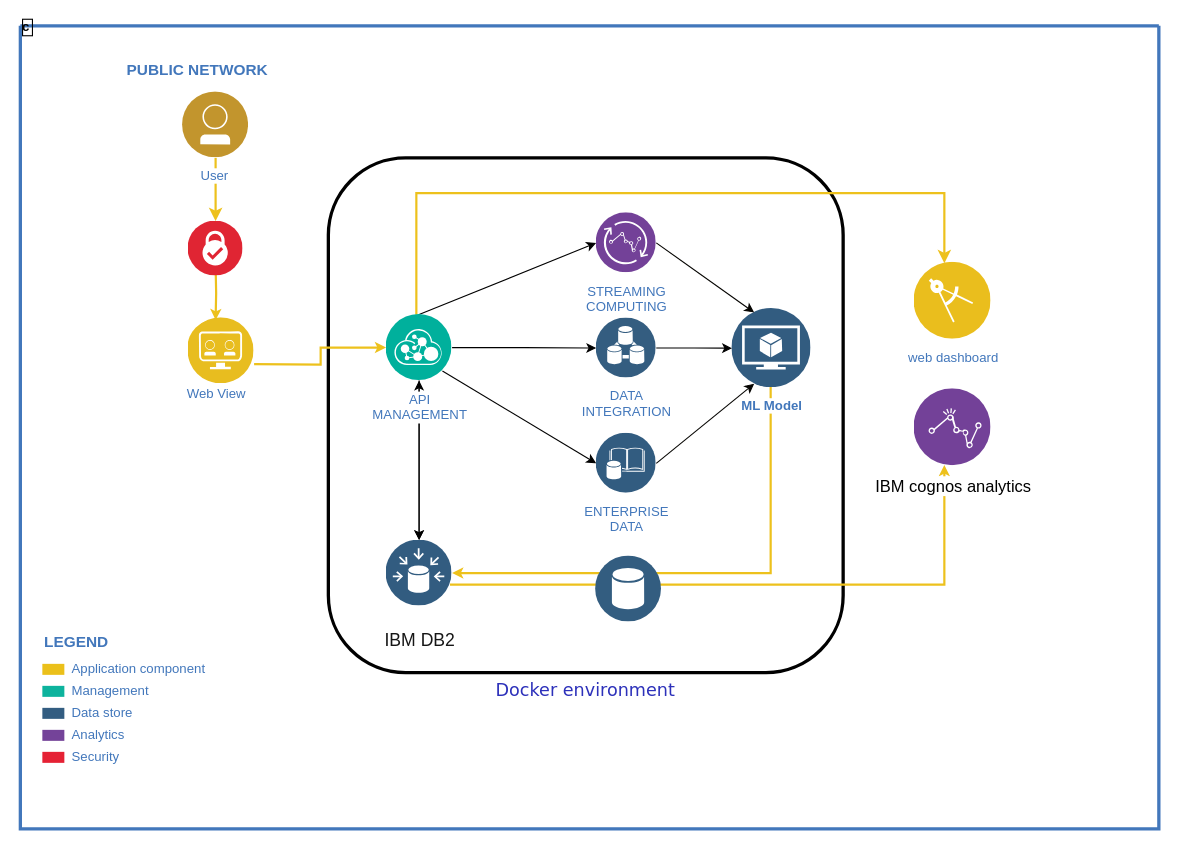
Before: Untitled Diagram.drawio in ajmalbinnizam/IBM-Call-for-Code-2022, a draw.io diagram. Source tidied: cells renumbered, new cells numbered last; positions are measured from the earlier drawing's top-left corner, leaving out a move shared by most shapes. Both pictures are drawn from the tidied source at 110%, with x=0, y=0 at pixel (20, 25).
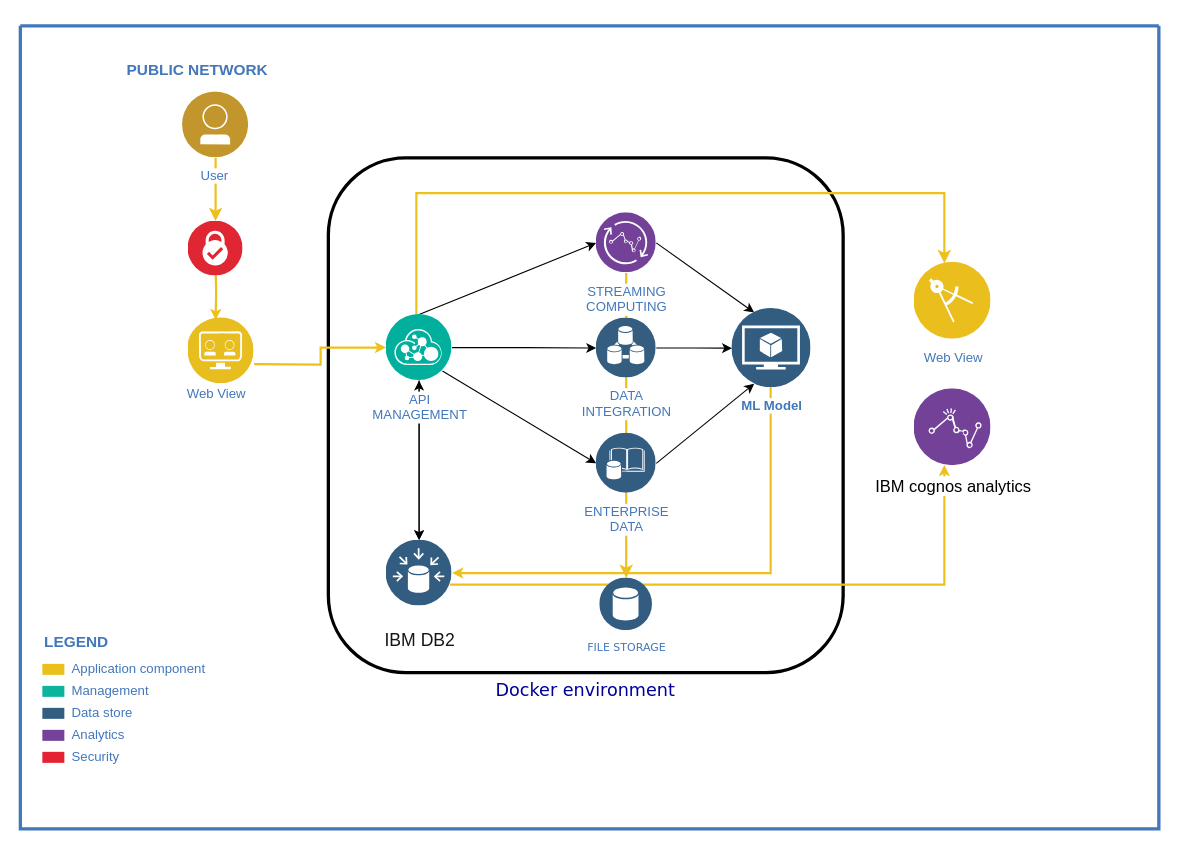
Above is the later version.

Commit message:
EY Forest carbon architecture

Unchanged cells that the change refers to:
```xml
<mxCell id="24" value="STREAMING&lt;div&gt;COMPUTING&lt;/div&gt;" style="perimeter=ellipsePerimeter;html=1;align=center;shadow=0;dashed=0;image;image=img/lib/ibm/analytics/streaming_computing.svg;strokeColor=#FF0000;fillColor=#000099;gradientColor=none;fontColor=#4277BB;labelBackgroundColor=#ffffff;spacingTop=3;" parent="23" vertex="1">
  <mxGeometry width="54.6" height="54.6" as="geometry" />
</mxCell>
<mxCell id="34" style="group;" parent="2" vertex="1">
  <mxGeometry x="812.5" y="215" width="70" height="210" as="geometry" />
</mxCell>
```

What changed in the source:
```diff
@@
-    <mxCell id="2" value="c" style="swimlane;shadow=0;strokeColor=#4277BB;fillColor=none;fontColor=#050401;align=left;startSize=0;strokeWidth=3;labelBorderColor=default;" parent="1" vertex="1">
+    <mxCell id="2" style="swimlane;shadow=0;strokeColor=#4277BB;fillColor=none;fontColor=#050401;align=left;startSize=0;strokeWidth=3;labelBorderColor=default;" parent="1" vertex="1">
       <mxGeometry width="1035" height="730" as="geometry" />
     </mxCell>
+    <mxCell id="41" style="edgeStyle=orthogonalEdgeStyle;rounded=0;jettySize=auto;html=1;exitX=0.5;exitY=1;exitDx=0;exitDy=0;strokeColor=#EDC11C;strokeWidth=2;fontFamily=Verdana;fontSize=16;fontColor=#2D31BA;fillColor=#FFEB33;" parent="2" edge="1" source="24" target="40">
+      <mxGeometry relative="1" as="geometry" />
+    </mxCell>
-    <mxCell id="3" value="Docker environment" style="whiteSpace=wrap;html=1;labelBorderColor=none;fillStyle=auto;fontFamily=Verdana;fontSize=16;fontColor=#2D31BA;fillColor=none;gradientColor=none;glass=1;rounded=1;strokeWidth=3;labelPosition=center;verticalLabelPosition=bottom;align=center;verticalAlign=top;" parent="2" vertex="1">
+    <mxCell id="3" value="Docker environment" style="whiteSpace=wrap;html=1;labelBorderColor=none;fillStyle=auto;fontFamily=Verdana;fontSize=16;fontColor=#000099;fillColor=none;gradientColor=none;glass=1;rounded=1;strokeWidth=3;labelPosition=center;verticalLabelPosition=bottom;align=center;verticalAlign=top;" parent="2" vertex="1">
       <mxGeometry x="280" y="120" width="468" height="468" as="geometry" />
     </mxCell>
@@
-    <mxCell id="35" value="web dashboard" style="perimeter=ellipsePerimeter;html=1;align=center;shadow=0;dashed=0;image;image=img/lib/ibm/applications/enterprise_applications.svg;strokeColor=#FF0000;fillColor=#FFFF66;gradientColor=none;fontColor=#4277BB;labelBackgroundColor=#ffffff;spacingTop=3;" parent="34" vertex="1">
+    <mxCell id="35" value="Web View" style="perimeter=ellipsePerimeter;html=1;align=center;shadow=0;dashed=0;image;image=img/lib/ibm/applications/enterprise_applications.svg;strokeColor=#FF0000;fillColor=#FFFF66;gradientColor=none;fontColor=#4277BB;labelBackgroundColor=#ffffff;spacingTop=3;" parent="34" vertex="1">
       <mxGeometry width="70" height="70" as="geometry" />
     </mxCell>
@@
-    <mxCell id="40" style="perimeter=ellipsePerimeter;html=1;align=center;shadow=0;dashed=0;fontColor=#4277BB;labelBackgroundColor=#ffffff;fontSize=12;spacingTop=3;image;image=img/lib/ibm/data/data_services.svg;rounded=1;glass=1;labelBorderColor=none;fillStyle=auto;strokeWidth=3;fontFamily=Verdana;fillColor=#000099;gradientColor=none;" parent="2" vertex="1">
-      <mxGeometry x="523" y="482" width="60" height="60" as="geometry" />
+    <mxCell id="40" value="FILE STORAGE" style="perimeter=ellipsePerimeter;html=1;align=center;shadow=0;dashed=0;fontColor=#4277BB;labelBackgroundColor=#ffffff;fontSize=10;spacingTop=3;image;image=img/lib/ibm/data/data_services.svg;rounded=1;glass=1;labelBorderColor=none;fillStyle=auto;strokeWidth=3;fontFamily=Verdana;fillColor=#000099;gradientColor=none;" parent="2" vertex="1">
+      <mxGeometry x="526.8" y="502" width="48" height="48" as="geometry" />
     </mxCell>
```
